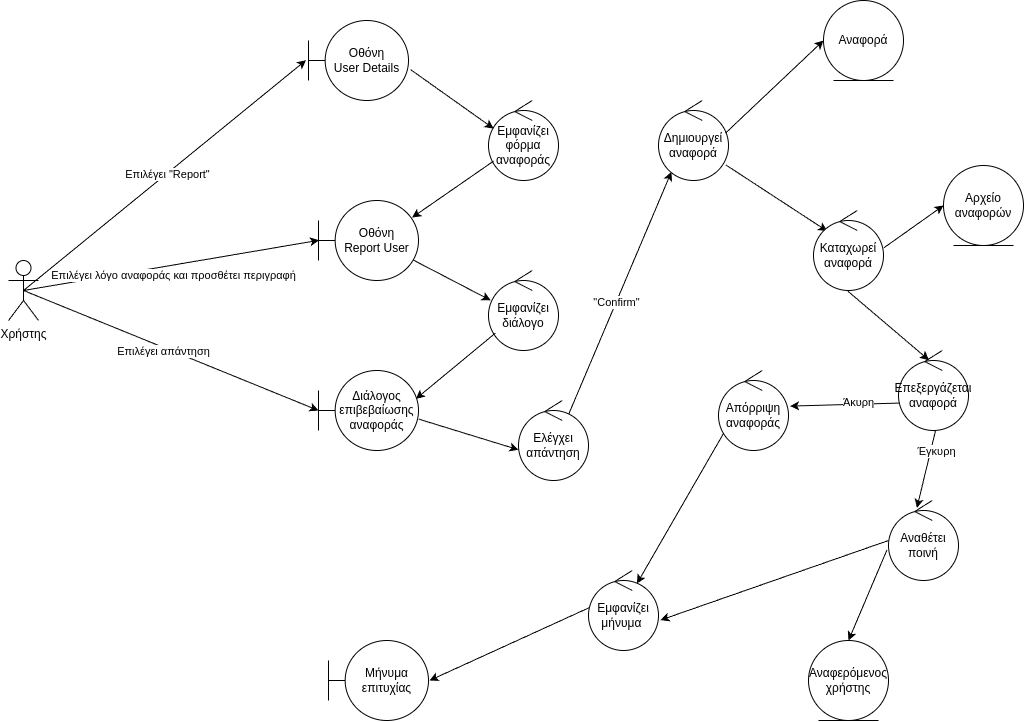
YannisRavasopoulos/ProjectSD_S6 keeps this draw.io diagram as reports/report-user-robustness.drawio.png. Above is the earlier version. Source tidied: cells renumbered, new cells last; positions are measured from the earlier drawing's top-left corner, leaving out a move shared by most shapes.
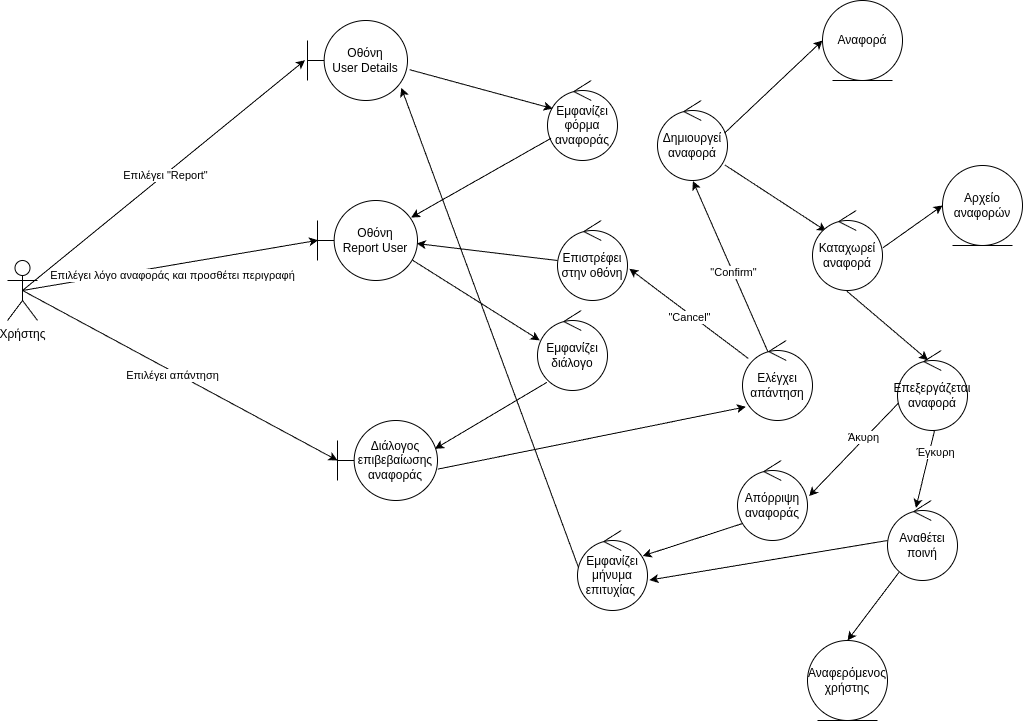
Above is the later version.

Change to the diagram source:
```diff
@@ -15,7 +15,7 @@
       <mxGeometry x="0.01" relative="1" as="geometry" />
     </mxCell>
     <mxCell id="6" value="Εμφανίζει&lt;br&gt;φόρμα αναφοράς" style="ellipse;shape=umlControl;whiteSpace=wrap;html=1;" parent="1" vertex="1">
-      <mxGeometry x="480" y="100" width="70" height="80" as="geometry" />
+      <mxGeometry x="540" y="80" width="70" height="80" as="geometry" />
     </mxCell>
     <mxCell id="7" style="endArrow=classic;html=1;rounded=0;exitX=1.022;exitY=0.615;exitDx=0;exitDy=0;exitPerimeter=0;entryX=0.073;entryY=0.351;entryDx=0;entryDy=0;entryPerimeter=0;" parent="1" edge="1" source="3" target="6">
       <mxGeometry relative="1" as="geometry" />
@@ -38,21 +38,21 @@
       <mxGeometry relative="1" as="geometry" />
     </mxCell>
     <mxCell id="13" value="Εμφανίζει&lt;br&gt;διάλογο" style="ellipse;shape=umlControl;whiteSpace=wrap;html=1;" parent="1" vertex="1">
-      <mxGeometry x="480" y="270" width="70" height="80" as="geometry" />
+      <mxGeometry x="530" y="310" width="70" height="80" as="geometry" />
     </mxCell>
-    <mxCell id="14" style="endArrow=classic;html=1;rounded=0;exitX=0.098;exitY=0.783;exitDx=0;exitDy=0;exitPerimeter=0;entryX=0.974;entryY=0.354;entryDx=0;entryDy=0;entryPerimeter=0;" parent="1" edge="1" source="13" target="15">
+    <mxCell id="14" style="endArrow=classic;html=1;rounded=0;exitX=0.132;exitY=0.899;exitDx=0;exitDy=0;exitPerimeter=0;entryX=0.974;entryY=0.354;entryDx=0;entryDy=0;entryPerimeter=0;" parent="1" edge="1" source="13" target="15">
       <mxGeometry relative="1" as="geometry" />
     </mxCell>
     <mxCell id="15" value="Διάλογος&lt;br&gt;επιβεβαίωσης&lt;br&gt;αναφοράς" style="shape=umlBoundary;whiteSpace=wrap;html=1;" parent="1" vertex="1">
-      <mxGeometry x="310" y="370" width="100" height="80" as="geometry" />
+      <mxGeometry x="330" y="420" width="100" height="80" as="geometry" />
     </mxCell>
-    <mxCell id="16" style="endArrow=classic;html=1;rounded=0;exitX=1.003;exitY=0.608;exitDx=0;exitDy=0;exitPerimeter=0;entryX=0;entryY=0.616;entryDx=0;entryDy=0;entryPerimeter=0;" parent="1" edge="1" source="15" target="17">
+    <mxCell id="16" style="endArrow=classic;html=1;rounded=0;exitX=1.003;exitY=0.608;exitDx=0;exitDy=0;exitPerimeter=0;entryX=0.047;entryY=0.829;entryDx=0;entryDy=0;entryPerimeter=0;" parent="1" edge="1" source="15" target="17">
       <mxGeometry relative="1" as="geometry" />
     </mxCell>
     <mxCell id="17" value="Ελέγχει&lt;br&gt;απάντηση" style="ellipse;shape=umlControl;whiteSpace=wrap;html=1;" parent="1" vertex="1">
-      <mxGeometry x="510" y="400" width="70" height="80" as="geometry" />
+      <mxGeometry x="735" y="340" width="70" height="80" as="geometry" />
     </mxCell>
-    <mxCell id="18" style="endArrow=classic;html=1;rounded=0;exitX=0.719;exitY=0.167;exitDx=0;exitDy=0;exitPerimeter=0;entryX=0.184;entryY=0.893;entryDx=0;entryDy=0;entryPerimeter=0;" parent="1" edge="1" source="17" target="20">
+    <mxCell id="18" style="endArrow=classic;html=1;rounded=0;exitX=0.363;exitY=0.141;exitDx=0;exitDy=0;exitPerimeter=0;entryX=0.506;entryY=1.007;entryDx=0;entryDy=0;entryPerimeter=0;" parent="1" edge="1" source="17" target="20">
       <mxGeometry relative="1" as="geometry" />
     </mxCell>
     <mxCell id="19" value="&quot;Confirm&quot;" style="edgeLabel;html=1;align=center;verticalAlign=middle;" parent="18" vertex="1">
@@ -93,7 +93,7 @@
     <mxCell id="30" value="Αναφερόμενος&lt;br&gt;χρήστης" style="ellipse;shape=umlEntity;whiteSpace=wrap;html=1;" parent="1" vertex="1">
       <mxGeometry x="800" y="640" width="80" height="80" as="geometry" />
     </mxCell>
-    <mxCell id="31" style="endArrow=classic;html=1;rounded=0;exitX=-0.021;exitY=0.616;exitDx=0;exitDy=0;exitPerimeter=0;entryX=0.5;entryY=0;entryDx=0;entryDy=0;" parent="1" edge="1" source="27" target="30">
+    <mxCell id="31" style="endArrow=classic;html=1;rounded=0;exitX=0.165;exitY=0.897;exitDx=0;exitDy=0;exitPerimeter=0;entryX=0.5;entryY=0;entryDx=0;entryDy=0;" parent="1" edge="1" source="27" target="30">
       <mxGeometry relative="1" as="geometry" />
     </mxCell>
     <mxCell id="32" style="endArrow=classic;html=1;exitX=0.5;exitY=0.5;exitDx=0;exitDy=0;exitPerimeter=0;entryX=0;entryY=0.5;entryDx=0;entryDy=0;entryPerimeter=0;" parent="1" edge="1" source="2" target="15">
@@ -103,7 +103,7 @@
       <mxGeometry x="-0.05" y="-3" relative="1" as="geometry" />
     </mxCell>
     <mxCell id="34" value="Απόρριψη&lt;br&gt;αναφοράς" style="ellipse;shape=umlControl;whiteSpace=wrap;html=1;" parent="1" vertex="1">
-      <mxGeometry x="710" y="370" width="70" height="80" as="geometry" />
+      <mxGeometry x="730" y="460" width="70" height="80" as="geometry" />
     </mxCell>
     <mxCell id="35" style="endArrow=classic;html=1;entryX=1.022;entryY=0.445;entryDx=0;entryDy=0;entryPerimeter=0;exitX=0.014;exitY=0.657;exitDx=0;exitDy=0;exitPerimeter=0;" parent="1" edge="1" source="37" target="34">
       <mxGeometry relative="1" as="geometry" />
@@ -117,20 +117,29 @@
     <mxCell id="38" style="endArrow=classic;html=1;exitX=0.49;exitY=1.008;exitDx=0;exitDy=0;exitPerimeter=0;entryX=0.435;entryY=0.121;entryDx=0;entryDy=0;entryPerimeter=0;" parent="1" edge="1" source="24" target="37">
       <mxGeometry relative="1" as="geometry" />
     </mxCell>
-    <mxCell id="39" style="endArrow=classic;html=1;exitX=0.071;exitY=0.788;exitDx=0;exitDy=0;exitPerimeter=0;entryX=0.693;entryY=0.163;entryDx=0;entryDy=0;entryPerimeter=0;" parent="1" edge="1" source="34" target="41">
+    <mxCell id="39" style="endArrow=classic;html=1;exitX=0.071;exitY=0.788;exitDx=0;exitDy=0;exitPerimeter=0;entryX=0.932;entryY=0.318;entryDx=0;entryDy=0;entryPerimeter=0;" parent="1" edge="1" source="34" target="41">
       <mxGeometry relative="1" as="geometry" />
     </mxCell>
     <mxCell id="40" style="endArrow=classic;html=1;exitX=0;exitY=0.5;exitDx=0;exitDy=0;exitPerimeter=0;entryX=1.028;entryY=0.62;entryDx=0;entryDy=0;entryPerimeter=0;" parent="1" edge="1" source="27" target="41">
       <mxGeometry relative="1" as="geometry" />
     </mxCell>
-    <mxCell id="41" value="Εμφανίζει&lt;div&gt;μήνυμα&amp;nbsp;&lt;/div&gt;" style="ellipse;shape=umlControl;whiteSpace=wrap;html=1;" parent="1" vertex="1">
-      <mxGeometry x="580" y="570" width="70" height="80" as="geometry" />
+    <mxCell id="41" value="Εμφανίζει&lt;div&gt;μήνυμα επιτυχίας&lt;span style=&quot;background-color: transparent;&quot;&gt;&amp;nbsp;&lt;/span&gt;&lt;/div&gt;" style="ellipse;shape=umlControl;whiteSpace=wrap;html=1;" parent="1" vertex="1">
+      <mxGeometry x="570" y="530" width="70" height="80" as="geometry" />
     </mxCell>
-    <mxCell id="42" value="Μήνυμα&lt;div&gt;επιτυχίας&lt;/div&gt;" style="shape=umlBoundary;whiteSpace=wrap;html=1;" parent="1" vertex="1">
-      <mxGeometry x="320" y="640" width="100" height="80" as="geometry" />
-    </mxCell>
-    <mxCell id="43" style="endArrow=classic;html=1;exitX=0.014;exitY=0.463;exitDx=0;exitDy=0;exitPerimeter=0;entryX=1.01;entryY=0.5;entryDx=0;entryDy=0;entryPerimeter=0;" parent="1" edge="1" source="41" target="42">
+    <mxCell id="43" style="endArrow=classic;html=1;exitX=0.014;exitY=0.463;exitDx=0;exitDy=0;exitPerimeter=0;entryX=0.938;entryY=0.841;entryDx=0;entryDy=0;entryPerimeter=0;" parent="1" edge="1" source="41" target="3">
       <mxGeometry relative="1" as="geometry" />
     </mxCell>
+    <mxCell id="44" style="endArrow=classic;html=1;entryX=1.027;entryY=0.603;entryDx=0;entryDy=0;entryPerimeter=0;" parent="1" edge="1" source="17" target="46">
+      <mxGeometry relative="1" as="geometry" />
+    </mxCell>
+    <mxCell id="45" value="&quot;Cancel&quot;" style="edgeLabel;html=1;align=center;verticalAlign=middle;" parent="44" vertex="1">
+      <mxGeometry x="-0.02" y="3" relative="1" as="geometry" />
+    </mxCell>
+    <mxCell id="46" value="Επιστρέφει στην οθόνη" style="ellipse;shape=umlControl;whiteSpace=wrap;html=1;" parent="1" vertex="1">
+      <mxGeometry x="550" y="220" width="70" height="80" as="geometry" />
+    </mxCell>
+    <mxCell id="47" style="endArrow=classic;html=1;exitX=0;exitY=0.5;exitDx=0;exitDy=0;exitPerimeter=0;entryX=0.993;entryY=0.538;entryDx=0;entryDy=0;entryPerimeter=0;" parent="1" edge="1" source="46" target="9">
+      <mxGeometry relative="1" as="geometry" />
+    </mxCell>
   </root>
 </mxGraphModel>
```
